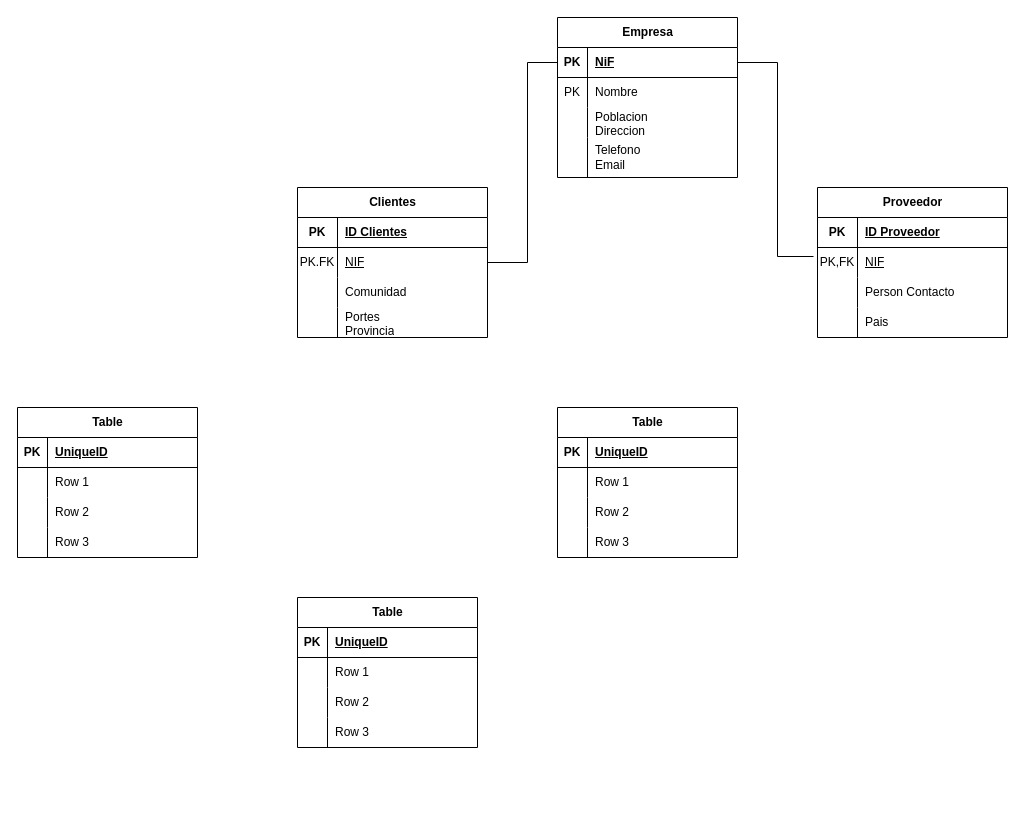
Before: Unidad1/Tareas/MR Tarea1/Untitled Diagram.drawio in JVC0/Base-Datos, a draw.io diagram. Source tidied: cells renumbered, new cells numbered last; positions are measured from the earlier drawing's top-left corner, leaving out a move shared by most shapes. Both pictures are drawn from the tidied source at 100%, with x=0, y=0 at pixel (17, 17).
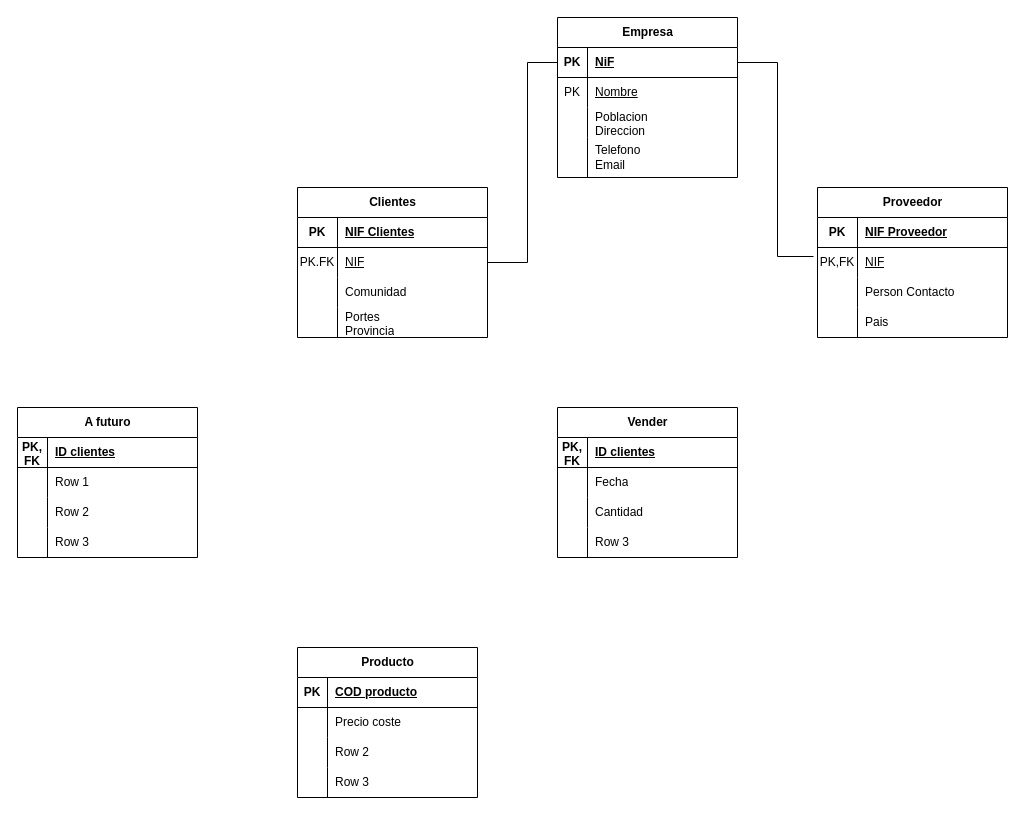
After the change.

The change refers to these unchanged cells:
```xml
<mxCell id="6" style="shape=tableRow;horizontal=0;startSize=0;swimlaneHead=0;swimlaneBody=0;fillColor=none;top=0;left=0;right=0;bottom=0;" parent="2" vertex="1">
  <mxGeometry y="60" width="180" height="30" as="geometry" />
</mxCell>
<mxCell id="16" style="shape=tableRow;horizontal=0;startSize=0;swimlaneHead=0;swimlaneBody=0;fillColor=none;top=0;left=0;right=0;bottom=1;" parent="15" vertex="1">
  <mxGeometry y="30" width="190" height="30" as="geometry" />
</mxCell>
<mxCell id="29" style="shape=tableRow;horizontal=0;startSize=0;swimlaneHead=0;swimlaneBody=0;fillColor=none;top=0;left=0;right=0;bottom=1;" parent="28" vertex="1">
  <mxGeometry y="30" width="190" height="30" as="geometry" />
</mxCell>
<mxCell id="44" style="shape=tableRow;horizontal=0;startSize=0;swimlaneHead=0;swimlaneBody=0;fillColor=none;top=0;left=0;right=0;bottom=1;" parent="43" vertex="1">
  <mxGeometry y="30" width="180" height="30" as="geometry" />
</mxCell>
<mxCell id="47" style="shape=tableRow;horizontal=0;startSize=0;swimlaneHead=0;swimlaneBody=0;fillColor=none;top=0;left=0;right=0;bottom=0;" parent="43" vertex="1">
  <mxGeometry y="60" width="180" height="30" as="geometry" />
</mxCell>
<mxCell id="50" style="shape=tableRow;horizontal=0;startSize=0;swimlaneHead=0;swimlaneBody=0;fillColor=none;top=0;left=0;right=0;bottom=0;" parent="43" vertex="1">
  <mxGeometry y="90" width="180" height="30" as="geometry" />
</mxCell>
<mxCell id="57" style="shape=tableRow;horizontal=0;startSize=0;swimlaneHead=0;swimlaneBody=0;fillColor=none;top=0;left=0;right=0;bottom=1;" parent="56" vertex="1">
  <mxGeometry y="30" width="180" height="30" as="geometry" />
</mxCell>
<mxCell id="60" style="shape=tableRow;horizontal=0;startSize=0;swimlaneHead=0;swimlaneBody=0;fillColor=none;top=0;left=0;right=0;bottom=0;" parent="56" vertex="1">
  <mxGeometry y="60" width="180" height="30" as="geometry" />
</mxCell>
<mxCell id="70" style="shape=tableRow;horizontal=0;startSize=0;swimlaneHead=0;swimlaneBody=0;fillColor=none;top=0;left=0;right=0;bottom=1;" parent="69" vertex="1">
  <mxGeometry y="30" width="180" height="30" as="geometry" />
</mxCell>
```

Diff of the diagram source:
```diff
@@
-    <mxCell id="8" value="Nombre" style="shape=partialRectangle;fillColor=none;top=0;left=0;bottom=0;right=0;align=left;spacingLeft=6;overflow=hidden;whiteSpace=wrap;html=1;" parent="6" vertex="1">
+    <mxCell id="8" value="&lt;u&gt;Nombre&lt;/u&gt;" style="shape=partialRectangle;fillColor=none;top=0;left=0;bottom=0;right=0;align=left;spacingLeft=6;overflow=hidden;whiteSpace=wrap;html=1;" parent="6" vertex="1">
       <mxGeometry x="30" width="150" height="30" as="geometry" />
     </mxCell>
@@
-    <mxCell id="18" value="ID Proveedor" style="shape=partialRectangle;fillColor=none;top=0;left=0;bottom=0;right=0;align=left;spacingLeft=6;fontStyle=5;overflow=hidden;whiteSpace=wrap;html=1;" parent="16" vertex="1">
+    <mxCell id="18" value="NIF Proveedor" style="shape=partialRectangle;fillColor=none;top=0;left=0;bottom=0;right=0;align=left;spacingLeft=6;fontStyle=5;overflow=hidden;whiteSpace=wrap;html=1;" parent="16" vertex="1">
       <mxGeometry x="40" width="150" height="30" as="geometry" />
     </mxCell>
@@
-    <mxCell id="31" value="ID Clientes" style="shape=partialRectangle;fillColor=none;top=0;left=0;bottom=0;right=0;align=left;spacingLeft=6;fontStyle=5;overflow=hidden;whiteSpace=wrap;html=1;" parent="29" vertex="1">
+    <mxCell id="31" value="NIF Clientes" style="shape=partialRectangle;fillColor=none;top=0;left=0;bottom=0;right=0;align=left;spacingLeft=6;fontStyle=5;overflow=hidden;whiteSpace=wrap;html=1;" parent="29" vertex="1">
       <mxGeometry x="40" width="150" height="30" as="geometry" />
     </mxCell>
@@
-    <mxCell id="43" value="Table" style="shape=table;startSize=30;childLayout=tableLayout;rowLines=0;fontStyle=1;align=center;html=1;" parent="1" vertex="1">
+    <mxCell id="43" value="Vender" style="shape=table;startSize=30;childLayout=tableLayout;rowLines=0;fontStyle=1;align=center;html=1;" parent="1" vertex="1">
       <mxGeometry x="540" y="390" width="180" height="150" as="geometry" />
     </mxCell>
@@
-    <mxCell id="45" value="PK" style="shape=partialRectangle;fillColor=none;top=0;left=0;bottom=0;right=0;fontStyle=1;overflow=hidden;whiteSpace=wrap;html=1;" parent="44" vertex="1">
+    <mxCell id="45" value="PK, FK" style="shape=partialRectangle;fillColor=none;top=0;left=0;bottom=0;right=0;fontStyle=1;overflow=hidden;whiteSpace=wrap;html=1;" parent="44" vertex="1">
       <mxGeometry width="30" height="30" as="geometry" />
     </mxCell>
-    <mxCell id="46" value="UniqueID" style="shape=partialRectangle;fillColor=none;top=0;left=0;bottom=0;right=0;align=left;spacingLeft=6;fontStyle=5;overflow=hidden;whiteSpace=wrap;html=1;" parent="44" vertex="1">
+    <mxCell id="46" value="ID clientes" style="shape=partialRectangle;fillColor=none;top=0;left=0;bottom=0;right=0;align=left;spacingLeft=6;fontStyle=5;overflow=hidden;whiteSpace=wrap;html=1;" parent="44" vertex="1">
       <mxGeometry x="30" width="150" height="30" as="geometry" />
     </mxCell>
@@
-    <mxCell id="49" value="Row 1" style="shape=partialRectangle;fillColor=none;top=0;left=0;bottom=0;right=0;align=left;spacingLeft=6;overflow=hidden;whiteSpace=wrap;html=1;" parent="47" vertex="1">
+    <mxCell id="49" value="Fecha" style="shape=partialRectangle;fillColor=none;top=0;left=0;bottom=0;right=0;align=left;spacingLeft=6;overflow=hidden;whiteSpace=wrap;html=1;" parent="47" vertex="1">
       <mxGeometry x="30" width="150" height="30" as="geometry" />
     </mxCell>
@@
-    <mxCell id="52" value="Row 2" style="shape=partialRectangle;fillColor=none;top=0;left=0;bottom=0;right=0;align=left;spacingLeft=6;overflow=hidden;whiteSpace=wrap;html=1;" parent="50" vertex="1">
+    <mxCell id="52" value="Cantidad" style="shape=partialRectangle;fillColor=none;top=0;left=0;bottom=0;right=0;align=left;spacingLeft=6;overflow=hidden;whiteSpace=wrap;html=1;" parent="50" vertex="1">
       <mxGeometry x="30" width="150" height="30" as="geometry" />
     </mxCell>
@@
-    <mxCell id="56" value="Table" style="shape=table;startSize=30;childLayout=tableLayout;rowLines=0;fontStyle=1;align=center;html=1;" parent="1" vertex="1">
-      <mxGeometry x="280" y="580" width="180" height="150" as="geometry" />
+    <mxCell id="56" value="Producto" style="shape=table;startSize=30;childLayout=tableLayout;rowLines=0;fontStyle=1;align=center;html=1;" parent="1" vertex="1">
+      <mxGeometry x="280" y="630" width="180" height="150" as="geometry" />
     </mxCell>
@@
-    <mxCell id="59" value="UniqueID" style="shape=partialRectangle;fillColor=none;top=0;left=0;bottom=0;right=0;align=left;spacingLeft=6;fontStyle=5;overflow=hidden;whiteSpace=wrap;html=1;" parent="57" vertex="1">
+    <mxCell id="59" value="COD producto" style="shape=partialRectangle;fillColor=none;top=0;left=0;bottom=0;right=0;align=left;spacingLeft=6;fontStyle=5;overflow=hidden;whiteSpace=wrap;html=1;" parent="57" vertex="1">
       <mxGeometry x="30" width="150" height="30" as="geometry" />
     </mxCell>
@@
-    <mxCell id="62" value="Row 1" style="shape=partialRectangle;fillColor=none;top=0;left=0;bottom=0;right=0;align=left;spacingLeft=6;overflow=hidden;whiteSpace=wrap;html=1;" parent="60" vertex="1">
+    <mxCell id="62" value="Precio coste&lt;span style=&quot;white-space: pre;&quot;&gt;&#9;&lt;/span&gt;" style="shape=partialRectangle;fillColor=none;top=0;left=0;bottom=0;right=0;align=left;spacingLeft=6;overflow=hidden;whiteSpace=wrap;html=1;" parent="60" vertex="1">
       <mxGeometry x="30" width="150" height="30" as="geometry" />
     </mxCell>
@@
-    <mxCell id="69" value="Table" style="shape=table;startSize=30;childLayout=tableLayout;rowLines=0;fontStyle=1;align=center;html=1;" parent="1" vertex="1">
+    <mxCell id="69" value="A futuro" style="shape=table;startSize=30;childLayout=tableLayout;rowLines=0;fontStyle=1;align=center;html=1;" parent="1" vertex="1">
       <mxGeometry y="390" width="180" height="150" as="geometry" />
     </mxCell>
@@
-    <mxCell id="71" value="PK" style="shape=partialRectangle;fillColor=none;top=0;left=0;bottom=0;right=0;fontStyle=1;overflow=hidden;whiteSpace=wrap;html=1;" parent="70" vertex="1">
+    <mxCell id="71" value="PK, FK" style="shape=partialRectangle;fillColor=none;top=0;left=0;bottom=0;right=0;fontStyle=1;overflow=hidden;whiteSpace=wrap;html=1;" parent="70" vertex="1">
       <mxGeometry width="30" height="30" as="geometry" />
     </mxCell>
-    <mxCell id="72" value="UniqueID" style="shape=partialRectangle;fillColor=none;top=0;left=0;bottom=0;right=0;align=left;spacingLeft=6;fontStyle=5;overflow=hidden;whiteSpace=wrap;html=1;" parent="70" vertex="1">
+    <mxCell id="72" value="ID clientes" style="shape=partialRectangle;fillColor=none;top=0;left=0;bottom=0;right=0;align=left;spacingLeft=6;fontStyle=5;overflow=hidden;whiteSpace=wrap;html=1;" parent="70" vertex="1">
       <mxGeometry x="30" width="150" height="30" as="geometry" />
     </mxCell>
```
